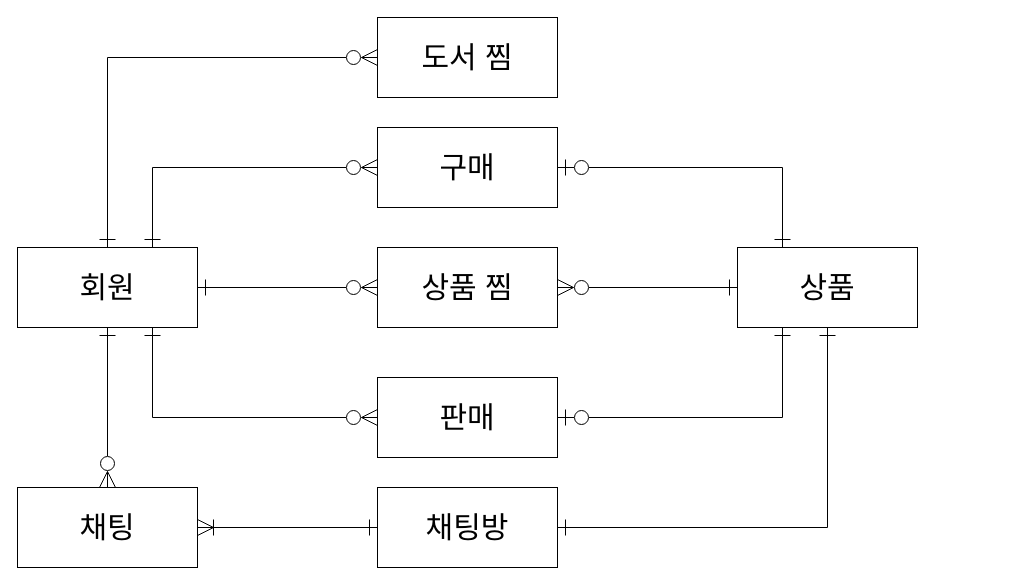
Before: documents/Domain_Model_Diagram.drawio in babybeb/users-used-book-store, a draw.io diagram. Source tidied: cells renumbered, new cells numbered last; positions are measured from the earlier drawing's top-left corner, leaving out a move shared by most shapes. Both pictures are drawn from the tidied source at 100%, with x=0, y=0 at pixel (17, 17).
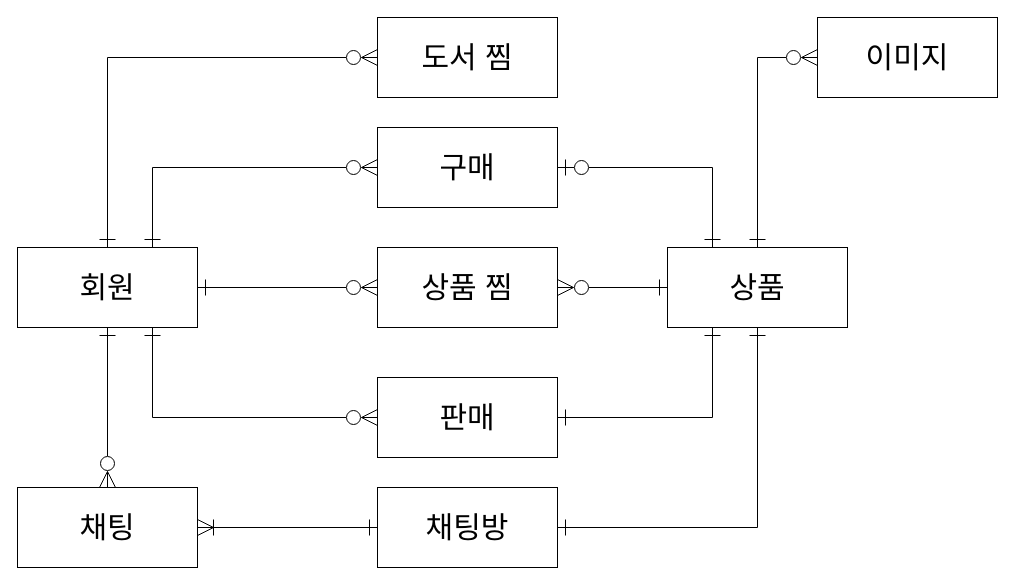
After the change.

The change refers to these unchanged cells:
```xml
<mxCell id="8" value="&lt;span style=&quot;font-size: 30px&quot;&gt;구매&lt;/span&gt;" style="rounded=0;whiteSpace=wrap;html=1;" parent="1" vertex="1">
  <mxGeometry x="360" y="110" width="180" height="80" as="geometry" />
</mxCell>
<mxCell id="10" value="&lt;font style=&quot;font-size: 30px&quot;&gt;판매&lt;/font&gt;" style="rounded=0;whiteSpace=wrap;html=1;" parent="1" vertex="1">
  <mxGeometry x="360" y="360" width="180" height="80" as="geometry" />
</mxCell>
<mxCell id="16" value="&lt;span style=&quot;font-size: 30px&quot;&gt;채팅방&lt;/span&gt;" style="rounded=0;whiteSpace=wrap;html=1;" parent="1" vertex="1">
  <mxGeometry x="360" y="470" width="180" height="80" as="geometry" />
</mxCell>
```

Diff of the diagram source:
```diff
@@
     <mxCell id="7" style="rounded=0;jettySize=auto;html=1;fontSize=30;startArrow=ERzeroToOne;startFill=0;endArrow=ERone;endFill=0;startSize=14;endSize=14;exitX=1;exitY=0.5;exitDx=0;exitDy=0;entryX=0.25;entryY=0;entryDx=0;entryDy=0;" parent="1" edge="1" source="8" target="13">
       <mxGeometry relative="1" as="geometry">
         <Array as="points">
-          <mxPoint x="765" y="150" />
+          <mxPoint x="695" y="150" />
         </Array>
       </mxGeometry>
     </mxCell>
@@
-    <mxCell id="9" style="rounded=0;jettySize=auto;html=1;fontSize=30;startArrow=ERzeroToOne;startFill=0;endArrow=ERone;endFill=0;startSize=14;endSize=14;exitX=1;exitY=0.5;exitDx=0;exitDy=0;entryX=0.25;entryY=1;entryDx=0;entryDy=0;" parent="1" edge="1" source="10" target="13">
+    <mxCell id="9" style="rounded=0;jettySize=auto;html=1;fontSize=30;startArrow=ERone;startFill=0;endArrow=ERone;endFill=0;startSize=14;endSize=14;exitX=1;exitY=0.5;exitDx=0;exitDy=0;entryX=0.25;entryY=1;entryDx=0;entryDy=0;" parent="1" edge="1" source="10" target="13">
       <mxGeometry relative="1" as="geometry">
         <Array as="points">
-          <mxPoint x="765" y="400" />
+          <mxPoint x="695" y="400" />
         </Array>
       </mxGeometry>
     </mxCell>
@@
     <mxCell id="13" value="&lt;span style=&quot;font-size: 30px&quot;&gt;상품&lt;/span&gt;" style="rounded=0;whiteSpace=wrap;html=1;" parent="1" vertex="1">
-      <mxGeometry x="720" y="230" width="180" height="80" as="geometry" />
+      <mxGeometry x="650" y="230" width="180" height="80" as="geometry" />
     </mxCell>
@@
     <mxCell id="15" style="rounded=0;jettySize=auto;html=1;startArrow=ERone;startFill=0;endArrow=ERone;endFill=0;targetPerimeterSpacing=0;strokeWidth=1;endSize=14;startSize=14;exitX=1;exitY=0.5;exitDx=0;exitDy=0;entryX=0.5;entryY=1;entryDx=0;entryDy=0;" parent="1" edge="1" source="16" target="13">
       <mxGeometry relative="1" as="geometry">
         <Array as="points">
-          <mxPoint x="810" y="510" />
+          <mxPoint x="740" y="510" />
         </Array>
       </mxGeometry>
     </mxCell>
@@
+    <mxCell id="20" value="&lt;span style=&quot;font-size: 30px;&quot;&gt;이미지&lt;/span&gt;" style="rounded=0;whiteSpace=wrap;html=1;" parent="1" vertex="1">
+      <mxGeometry x="800" width="180" height="80" as="geometry" />
+    </mxCell>
+    <mxCell id="21" style="rounded=0;jettySize=auto;html=1;fontSize=30;startArrow=ERzeroToMany;startFill=0;endArrow=ERone;endFill=0;startSize=14;endSize=14;exitX=0;exitY=0.5;exitDx=0;exitDy=0;entryX=0.5;entryY=0;entryDx=0;entryDy=0;" parent="1" edge="1" source="20" target="13">
+      <mxGeometry relative="1" as="geometry">
+        <Array as="points">
+          <mxPoint x="740" y="40" />
+        </Array>
+      </mxGeometry>
+    </mxCell>
```
